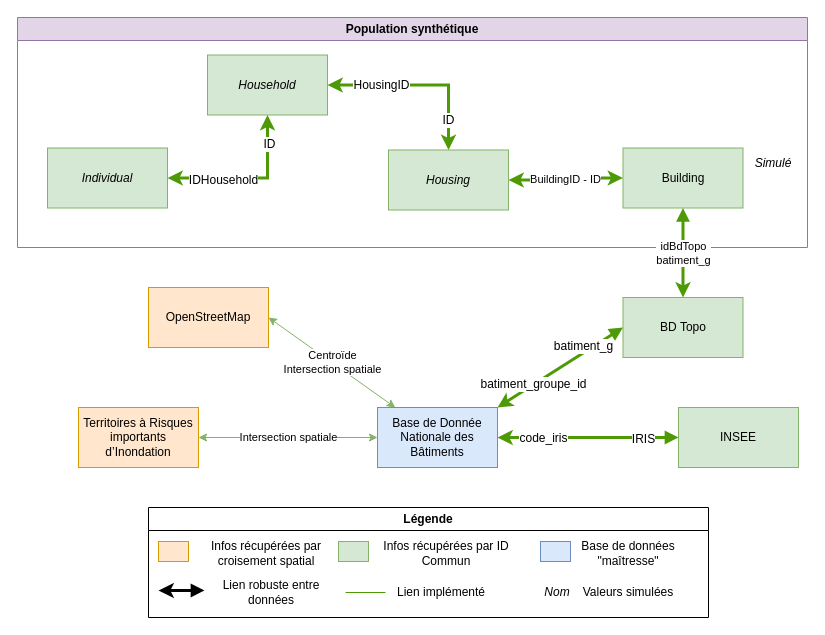
Earlier version of the draw.io diagram liens_entre_bases.drawio (EnzoVenon/Gemini_numeriques). Source tidied: cells renumbered, new cells numbered last; positions are measured from the earlier drawing's top-left corner, leaving out a move shared by most shapes. Both pictures are drawn from the tidied source at 100%, with x=0, y=0 at pixel (17, 17).
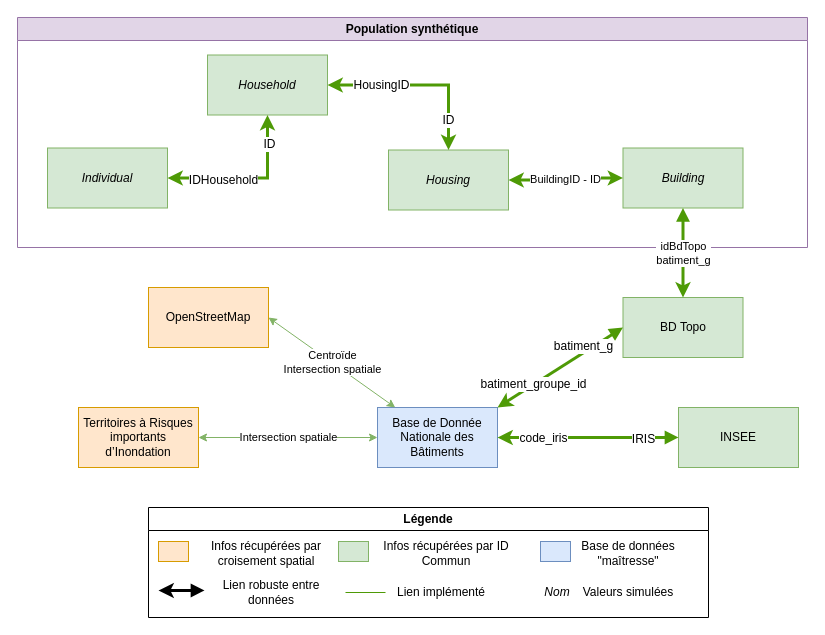
The same page after the edit.

The change refers to these unchanged cells:
```xml
<mxCell id="11" value="Population synthétique" style="swimlane;whiteSpace=wrap;html=1;fillColor=#e1d5e7;strokeColor=#9673a6;" parent="1" vertex="1">
  <mxGeometry width="790" height="230" as="geometry" />
</mxCell>
```

What changed in the source:
```diff
@@
-    <mxCell id="12" value="Building" style="rounded=0;whiteSpace=wrap;html=1;fillColor=#d5e8d4;strokeColor=#82b366;" parent="11" vertex="1">
+    <mxCell id="12" value="&lt;i&gt;Building&lt;/i&gt;" style="rounded=0;whiteSpace=wrap;html=1;fillColor=#d5e8d4;strokeColor=#82b366;" parent="11" vertex="1">
       <mxGeometry x="605.5" y="130.5" width="120" height="60" as="geometry" />
     </mxCell>
@@
-    <mxCell id="22" value="&lt;i&gt;Simulé&lt;/i&gt;" style="text;html=1;strokeColor=none;fillColor=none;align=center;verticalAlign=middle;whiteSpace=wrap;rounded=0;" parent="11" vertex="1">
-      <mxGeometry x="725.5" y="130.5" width="60" height="30" as="geometry" />
-    </mxCell>
```
